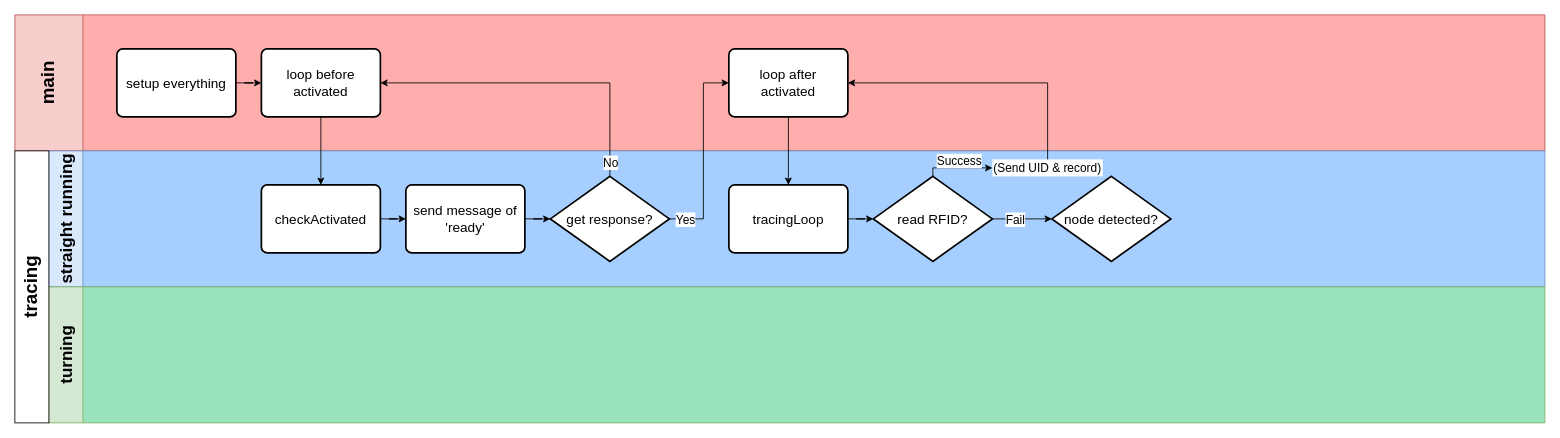
This is carcar_flow_arduino.drawio from yeeeeeeting/CarcarCodes, a draw.io file, before an edit. Source tidied: cells renumbered, new cells numbered last; positions are measured from the earlier drawing's top-left corner, leaving out a move shared by most shapes. Both pictures are drawn from the tidied source at 85%, with x=0, y=0 at pixel (14, 14).
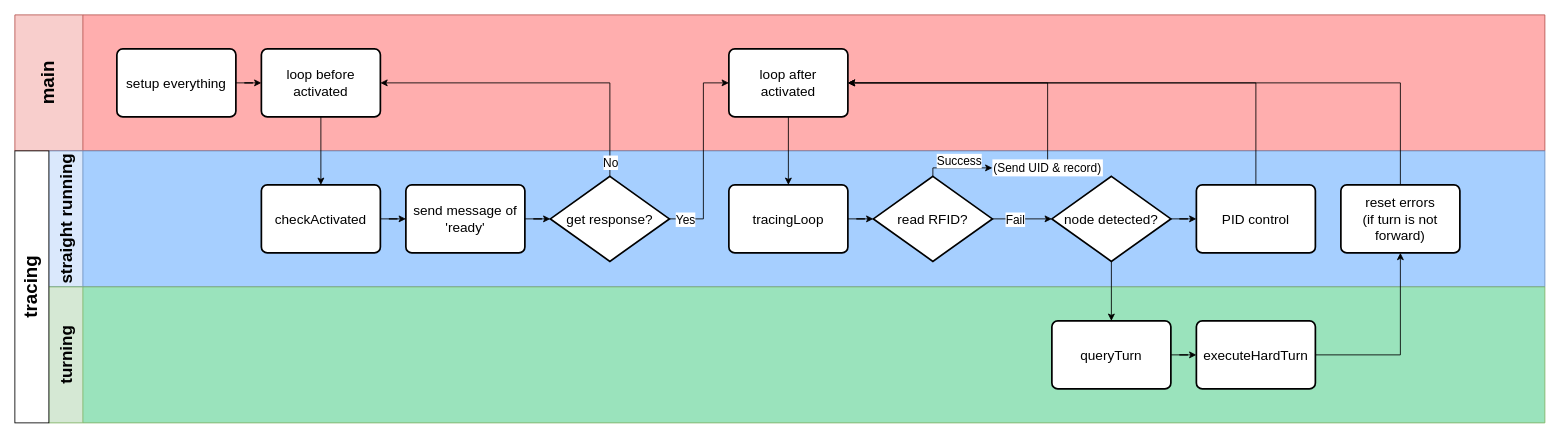
The same page after the edit.

The change refers to these unchanged cells:
```xml
<mxCell id="6" value="&lt;font style=&quot;font-size: 16px;&quot;&gt;loop after&lt;br&gt;activated&lt;/font&gt;" style="rounded=1;whiteSpace=wrap;html=1;absoluteArcSize=1;arcSize=14;strokeWidth=2;" parent="2" vertex="1">
  <mxGeometry x="840" y="40" width="140" height="80" as="geometry" />
</mxCell>
<mxCell id="7" value="&lt;font style=&quot;font-size: 20px;&quot;&gt;straight running&lt;/font&gt;" style="swimlane;horizontal=0;whiteSpace=wrap;html=1;startSize=40;fillColor=#dae8fc;strokeColor=#6c8ebf;swimlaneFillColor=#A6CFFF;" parent="1" vertex="1">
  <mxGeometry x="40" y="160" width="1760" height="160" as="geometry" />
</mxCell>
<mxCell id="21" value="&lt;span style=&quot;font-size: 16px;&quot;&gt;node detected?&lt;/span&gt;" style="strokeWidth=2;html=1;shape=mxgraph.flowchart.decision;whiteSpace=wrap;" parent="7" vertex="1">
  <mxGeometry x="1180" y="30" width="140" height="100" as="geometry" />
</mxCell>
<mxCell id="22" value="&lt;font style=&quot;font-size: 20px;&quot;&gt;turning&lt;/font&gt;" style="swimlane;horizontal=0;whiteSpace=wrap;html=1;startSize=40;fillColor=#d5e8d4;strokeColor=#82b366;swimlaneFillColor=#9AE3BC;" parent="1" vertex="1">
  <mxGeometry x="40" y="320" width="1760" height="160" as="geometry" />
</mxCell>
```

Diff of the diagram source:
```diff
@@
+    <mxCell id="31" style="edgeStyle=orthogonalEdgeStyle;rounded=0;jettySize=auto;html=1;" parent="7" edge="1" source="21" target="32">
+      <mxGeometry relative="1" as="geometry" />
+    </mxCell>
@@
+    <mxCell id="32" value="&lt;span style=&quot;font-size: 16px;&quot;&gt;PID control&lt;/span&gt;" style="rounded=1;whiteSpace=wrap;html=1;absoluteArcSize=1;arcSize=14;strokeWidth=2;" parent="7" vertex="1">
+      <mxGeometry x="1350" y="40" width="140" height="80" as="geometry" />
+    </mxCell>
+    <mxCell id="33" value="&lt;span style=&quot;font-size: 16px;&quot;&gt;reset errors&lt;br&gt;(if turn is not forward)&lt;/span&gt;" style="rounded=1;whiteSpace=wrap;html=1;absoluteArcSize=1;arcSize=14;strokeWidth=2;" parent="7" vertex="1">
+      <mxGeometry x="1520" y="40" width="140" height="80" as="geometry" />
+    </mxCell>
@@
+    <mxCell id="34" style="edgeStyle=orthogonalEdgeStyle;rounded=0;jettySize=auto;html=1;" parent="22" edge="1" source="35" target="36">
+      <mxGeometry relative="1" as="geometry" />
+    </mxCell>
+    <mxCell id="35" value="&lt;span style=&quot;font-size: 16px;&quot;&gt;queryTurn&lt;/span&gt;" style="rounded=1;whiteSpace=wrap;html=1;absoluteArcSize=1;arcSize=14;strokeWidth=2;" parent="22" vertex="1">
+      <mxGeometry x="1180" y="40" width="140" height="80" as="geometry" />
+    </mxCell>
+    <mxCell id="36" value="&lt;span style=&quot;font-size: 16px;&quot;&gt;executeHardTurn&lt;/span&gt;" style="rounded=1;whiteSpace=wrap;html=1;absoluteArcSize=1;arcSize=14;strokeWidth=2;" parent="22" vertex="1">
+      <mxGeometry x="1350" y="40" width="140" height="80" as="geometry" />
+    </mxCell>
@@
+    <mxCell id="37" style="edgeStyle=orthogonalEdgeStyle;rounded=0;jettySize=auto;html=1;" parent="1" edge="1" source="21" target="35">
+      <mxGeometry relative="1" as="geometry" />
+    </mxCell>
+    <mxCell id="38" style="edgeStyle=orthogonalEdgeStyle;rounded=0;jettySize=auto;html=1;" parent="1" edge="1" source="33" target="6">
+      <mxGeometry relative="1" as="geometry">
+        <Array as="points">
+          <mxPoint x="1630" y="80" />
+        </Array>
+      </mxGeometry>
+    </mxCell>
+    <mxCell id="39" style="edgeStyle=orthogonalEdgeStyle;rounded=0;jettySize=auto;html=1;" parent="1" edge="1" source="32" target="6">
+      <mxGeometry relative="1" as="geometry">
+        <Array as="points">
+          <mxPoint x="1460" y="80" />
+        </Array>
+      </mxGeometry>
+    </mxCell>
+    <mxCell id="40" style="edgeStyle=orthogonalEdgeStyle;rounded=0;jettySize=auto;html=1;" parent="1" edge="1" source="36" target="33">
+      <mxGeometry relative="1" as="geometry" />
+    </mxCell>
```
